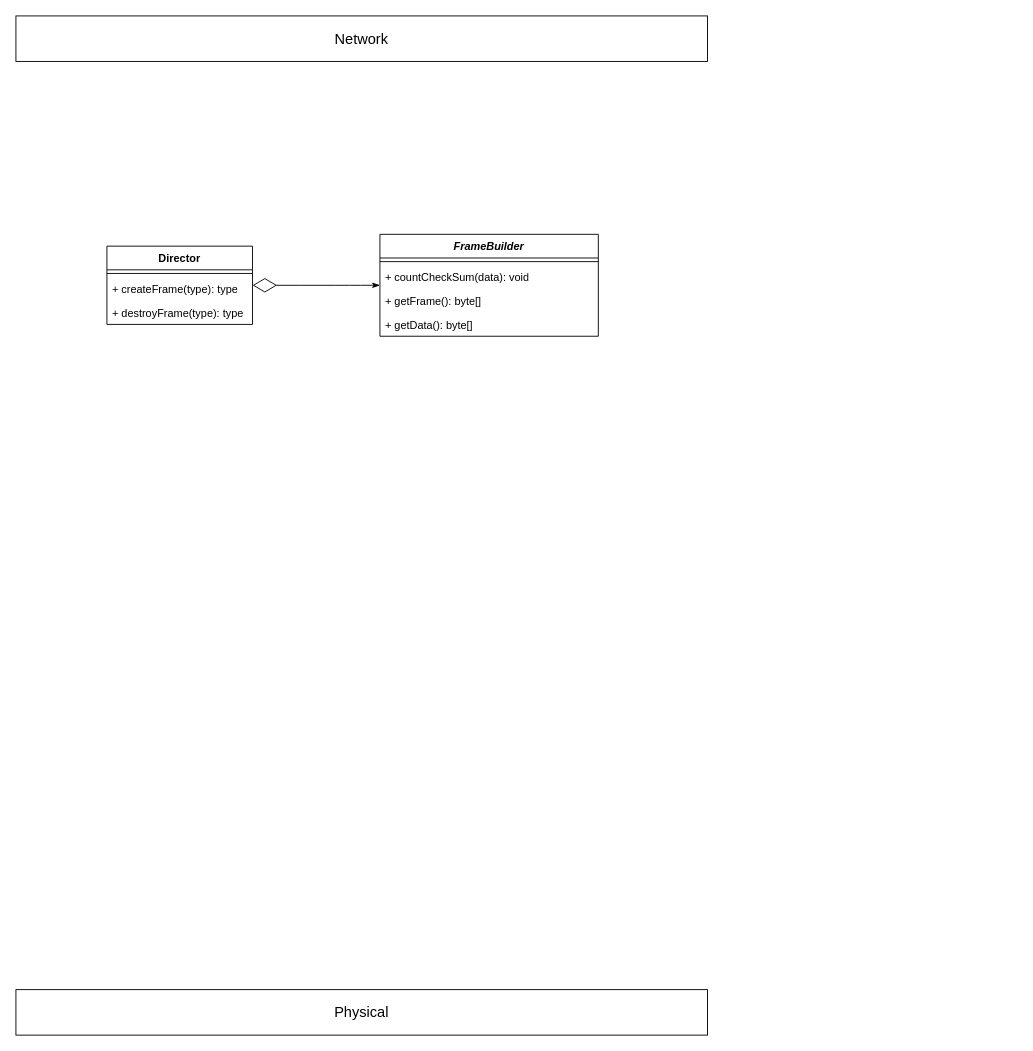
Above: page "general" (1 of 5) of channel_level_model.drawio in bleachbirch/nets (draw.io), before the change. Source tidied: cells renumbered, new cells numbered last; positions are measured from the earlier drawing's top-left corner, leaving out a move shared by most shapes. Both pictures are drawn from the tidied source at 91%, with x=0, y=0 at pixel (15, 15).
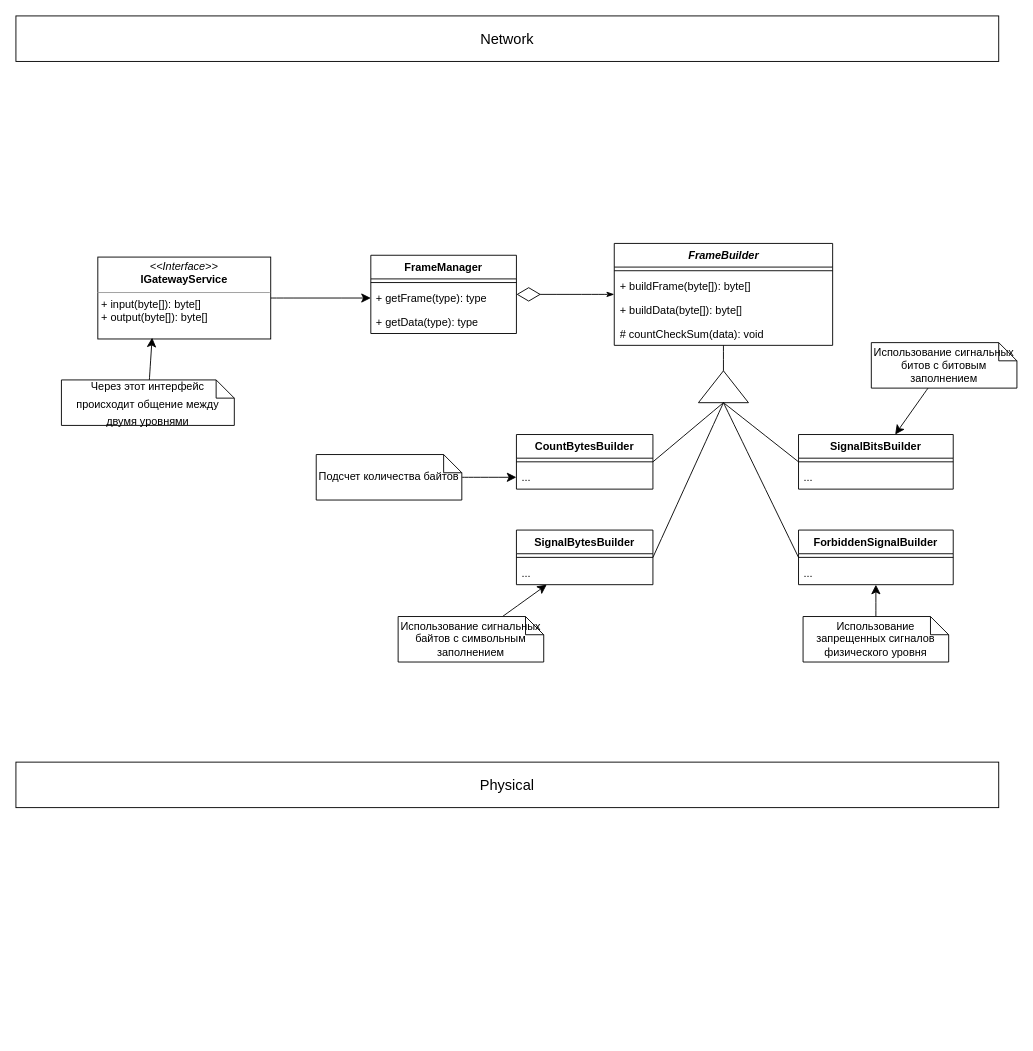
Above is the later version.

Change to the diagram source:
```diff
@@
     <mxCell id="2" value="Physical" style="html=1;whiteSpace=wrap;fontSize=16;" parent="1" vertex="1">
-      <mxGeometry y="1070" width="760" height="50" as="geometry" />
+      <mxGeometry y="820" width="1080" height="50" as="geometry" />
     </mxCell>
     <mxCell id="3" value="Network" style="html=1;whiteSpace=wrap;fontSize=16;" parent="1" vertex="1">
-      <mxGeometry width="760" height="50" as="geometry" />
+      <mxGeometry width="1080" height="50" as="geometry" />
     </mxCell>
     <mxCell id="4" value="&lt;i style=&quot;border-color: var(--border-color);&quot;&gt;FrameBuilder&lt;/i&gt;" style="swimlane;fontStyle=1;align=center;verticalAlign=top;horizontal=1;startSize=26;whiteSpace=wrap;html=1;fontSize=12;" parent="1" vertex="1">
-      <mxGeometry x="400" y="240" width="240" height="112" as="geometry" />
+      <mxGeometry x="657.5" y="250" width="240" height="112" as="geometry" />
     </mxCell>
@@
-    <mxCell id="6" value="+ countCheckSum(data): void" style="text;strokeColor=none;fillColor=none;align=left;verticalAlign=top;spacingLeft=4;spacingRight=4;overflow=hidden;whiteSpace=wrap;html=1;fontSize=12;" parent="4" vertex="1">
-      <mxGeometry y="34" width="240" height="26" as="geometry" />
-    </mxCell>
-    <mxCell id="7" value="+ getFrame(): byte[]" style="text;strokeColor=none;fillColor=none;align=left;verticalAlign=top;spacingLeft=4;spacingRight=4;overflow=hidden;whiteSpace=wrap;html=1;fontSize=12;" parent="4" vertex="1">
-      <mxGeometry y="60" width="240" height="26" as="geometry" />
+    <mxCell id="7" value="+ buildFrame(byte[]): byte[]" style="text;strokeColor=none;fillColor=none;align=left;verticalAlign=top;spacingLeft=4;spacingRight=4;overflow=hidden;whiteSpace=wrap;html=1;fontSize=12;" parent="4" vertex="1">
+      <mxGeometry y="34" width="240" height="26" as="geometry" />
     </mxCell>
-    <mxCell id="8" value="+ getData(): byte[]" style="text;strokeColor=none;fillColor=none;align=left;verticalAlign=top;spacingLeft=4;spacingRight=4;overflow=hidden;whiteSpace=wrap;html=1;fontSize=12;" parent="4" vertex="1">
-      <mxGeometry y="86" width="240" height="26" as="geometry" />
+    <mxCell id="8" value="+ buildData(byte[]): byte[]" style="text;strokeColor=none;fillColor=none;align=left;verticalAlign=top;spacingLeft=4;spacingRight=4;overflow=hidden;whiteSpace=wrap;html=1;fontSize=12;" parent="4" vertex="1">
+      <mxGeometry y="60" width="240" height="26" as="geometry" />
     </mxCell>
+    <mxCell id="6" value="# countCheckSum(data): void" style="text;strokeColor=none;fillColor=none;align=left;verticalAlign=top;spacingLeft=4;spacingRight=4;overflow=hidden;whiteSpace=wrap;html=1;fontSize=12;" parent="4" vertex="1">
+      <mxGeometry y="86" width="240" height="26" as="geometry" />
+    </mxCell>
-    <mxCell id="9" value="Director" style="swimlane;fontStyle=1;align=center;verticalAlign=top;horizontal=1;startSize=26;whiteSpace=wrap;html=1;fontSize=12;" parent="1" vertex="1">
-      <mxGeometry x="100" y="253" width="160" height="86" as="geometry" />
+    <mxCell id="9" value="FrameManager" style="swimlane;fontStyle=1;align=center;verticalAlign=top;horizontal=1;startSize=26;whiteSpace=wrap;html=1;fontSize=12;" parent="1" vertex="1">
+      <mxGeometry x="390" y="263" width="160" height="86" as="geometry" />
     </mxCell>
@@
-    <mxCell id="11" value="+ createFrame(type): type" style="text;strokeColor=none;fillColor=none;align=left;verticalAlign=top;spacingLeft=4;spacingRight=4;overflow=hidden;points=[[0,0.5],[1,0.5]];portConstraint=eastwest;whiteSpace=wrap;html=1;fontSize=12;" parent="9" vertex="1">
+    <mxCell id="11" value="+ getFrame(type): type" style="text;strokeColor=none;fillColor=none;align=left;verticalAlign=top;spacingLeft=4;spacingRight=4;overflow=hidden;points=[[0,0.5],[1,0.5]];portConstraint=eastwest;whiteSpace=wrap;html=1;fontSize=12;" parent="9" vertex="1">
       <mxGeometry y="34" width="160" height="26" as="geometry" />
     </mxCell>
-    <mxCell id="12" value="+ destroyFrame(type): type" style="text;strokeColor=none;fillColor=none;align=left;verticalAlign=top;spacingLeft=4;spacingRight=4;overflow=hidden;whiteSpace=wrap;html=1;fontSize=12;" parent="9" vertex="1">
+    <mxCell id="12" value="+ getData(type): type" style="text;strokeColor=none;fillColor=none;align=left;verticalAlign=top;spacingLeft=4;spacingRight=4;overflow=hidden;whiteSpace=wrap;html=1;fontSize=12;" parent="9" vertex="1">
       <mxGeometry y="60" width="160" height="26" as="geometry" />
     </mxCell>
@@
+    <mxCell id="14" value="CountBytesBuilder" style="swimlane;fontStyle=1;align=center;verticalAlign=top;horizontal=1;startSize=26;whiteSpace=wrap;html=1;fontSize=12;" parent="1" vertex="1">
+      <mxGeometry x="550" y="460" width="150" height="60" as="geometry" />
+    </mxCell>
+    <mxCell id="15" style="line;strokeWidth=1;fillColor=none;align=left;verticalAlign=middle;spacingTop=-1;spacingLeft=3;spacingRight=3;labelPosition=right;strokeColor=inherit;fontSize=16;" parent="14" vertex="1">
+      <mxGeometry y="26" width="150" height="8" as="geometry" />
+    </mxCell>
+    <mxCell id="16" value="..." style="text;strokeColor=none;fillColor=none;align=left;verticalAlign=top;spacingLeft=4;spacingRight=4;overflow=hidden;points=[[0,0.5],[1,0.5]];portConstraint=eastwest;whiteSpace=wrap;html=1;fontSize=12;" parent="14" vertex="1">
+      <mxGeometry y="34" width="150" height="26" as="geometry" />
+    </mxCell>
+    <mxCell id="17" value="SignalBytesBuilder" style="swimlane;fontStyle=1;align=center;verticalAlign=top;horizontal=1;startSize=26;whiteSpace=wrap;html=1;fontSize=12;" parent="1" vertex="1">
+      <mxGeometry x="550" y="565" width="150" height="60" as="geometry" />
+    </mxCell>
+    <mxCell id="18" style="line;strokeWidth=1;fillColor=none;align=left;verticalAlign=middle;spacingTop=-1;spacingLeft=3;spacingRight=3;labelPosition=right;strokeColor=inherit;fontSize=16;" parent="17" vertex="1">
+      <mxGeometry y="26" width="150" height="8" as="geometry" />
+    </mxCell>
+    <mxCell id="19" value="..." style="text;strokeColor=none;fillColor=none;align=left;verticalAlign=top;spacingLeft=4;spacingRight=4;overflow=hidden;whiteSpace=wrap;html=1;fontSize=12;" parent="17" vertex="1">
+      <mxGeometry y="34" width="150" height="26" as="geometry" />
+    </mxCell>
+    <mxCell id="20" value="SignalBitsBuilder" style="swimlane;fontStyle=1;align=center;verticalAlign=top;horizontal=1;startSize=26;whiteSpace=wrap;html=1;fontSize=12;" parent="1" vertex="1">
+      <mxGeometry x="860" y="460" width="170" height="60" as="geometry" />
+    </mxCell>
+    <mxCell id="21" style="line;strokeWidth=1;fillColor=none;align=left;verticalAlign=middle;spacingTop=-1;spacingLeft=3;spacingRight=3;labelPosition=right;strokeColor=inherit;fontSize=16;" parent="20" vertex="1">
+      <mxGeometry y="26" width="170" height="8" as="geometry" />
+    </mxCell>
+    <mxCell id="22" value="..." style="text;strokeColor=none;fillColor=none;align=left;verticalAlign=top;spacingLeft=4;spacingRight=4;overflow=hidden;whiteSpace=wrap;html=1;fontSize=12;" parent="20" vertex="1">
+      <mxGeometry y="34" width="170" height="26" as="geometry" />
+    </mxCell>
+    <mxCell id="23" value="ForbiddenSignalBuilder" style="swimlane;fontStyle=1;align=center;verticalAlign=top;horizontal=1;startSize=26;whiteSpace=wrap;html=1;fontSize=12;" parent="1" vertex="1">
+      <mxGeometry x="860" y="565" width="170" height="60" as="geometry" />
+    </mxCell>
+    <mxCell id="24" style="line;strokeWidth=1;fillColor=none;align=left;verticalAlign=middle;spacingTop=-1;spacingLeft=3;spacingRight=3;labelPosition=right;strokeColor=inherit;fontSize=16;" parent="23" vertex="1">
+      <mxGeometry y="26" width="170" height="8" as="geometry" />
+    </mxCell>
+    <mxCell id="25" value="..." style="text;strokeColor=none;fillColor=none;align=left;verticalAlign=top;spacingLeft=4;spacingRight=4;overflow=hidden;whiteSpace=wrap;html=1;fontSize=12;" parent="23" vertex="1">
+      <mxGeometry y="34" width="170" height="26" as="geometry" />
+    </mxCell>
+    <mxCell id="26" style="triangle;whiteSpace=wrap;html=1;fontSize=16;direction=west;rotation=90;" parent="1" vertex="1">
+      <mxGeometry x="760" y="380" width="35" height="55" as="geometry" />
+    </mxCell>
+    <mxCell id="27" style="endArrow=none;html=1;rounded=0;fontSize=12;startSize=8;endSize=8;curved=1;entryX=1;entryY=0.5;entryDx=0;entryDy=0;exitX=0;exitY=0.5;exitDx=0;exitDy=0;" parent="1" edge="1" source="26" target="14">
+      <mxGeometry relative="1" as="geometry" />
+    </mxCell>
+    <mxCell id="28" style="endArrow=none;html=1;rounded=0;fontSize=12;startSize=8;endSize=8;curved=1;exitX=0;exitY=0.5;exitDx=0;exitDy=0;entryX=1;entryY=0.5;entryDx=0;entryDy=0;" parent="1" edge="1" source="26" target="17">
+      <mxGeometry relative="1" as="geometry" />
+    </mxCell>
+    <mxCell id="29" style="endArrow=none;html=1;rounded=0;fontSize=12;startSize=8;endSize=8;curved=1;exitX=0;exitY=0.5;exitDx=0;exitDy=0;entryX=0;entryY=0.5;entryDx=0;entryDy=0;" parent="1" edge="1" source="26" target="23">
+      <mxGeometry relative="1" as="geometry" />
+    </mxCell>
+    <mxCell id="30" style="endArrow=none;html=1;rounded=0;fontSize=12;startSize=8;endSize=8;curved=1;exitX=0;exitY=0.5;exitDx=0;exitDy=0;entryX=0;entryY=0.5;entryDx=0;entryDy=0;" parent="1" edge="1" source="26" target="20">
+      <mxGeometry relative="1" as="geometry" />
+    </mxCell>
+    <mxCell id="31" style="endArrow=none;html=1;rounded=0;fontSize=12;startSize=8;endSize=8;curved=1;entryX=1;entryY=0.5;entryDx=0;entryDy=0;" parent="1" edge="1" source="4" target="26">
+      <mxGeometry relative="1" as="geometry" />
+    </mxCell>
+    <mxCell id="32" style="edgeStyle=none;curved=1;rounded=0;jettySize=auto;html=1;fontSize=12;startSize=8;endSize=8;entryX=0;entryY=0.5;entryDx=0;entryDy=0;" parent="1" edge="1" source="33" target="11">
+      <mxGeometry relative="1" as="geometry" />
+    </mxCell>
+    <mxCell id="33" value="&lt;p style=&quot;margin:0px;margin-top:4px;text-align:center;&quot;&gt;&lt;i&gt;&amp;lt;&amp;lt;Interface&amp;gt;&amp;gt;&lt;/i&gt;&lt;br&gt;&lt;b&gt;IGatewayService&lt;/b&gt;&lt;/p&gt;&lt;hr size=&quot;1&quot;&gt;&lt;p style=&quot;margin:0px;margin-left:4px;&quot;&gt;+ input(byte[]): byte[]&lt;br&gt;+ output(byte[]): byte[]&lt;/p&gt;" style="verticalAlign=top;align=left;overflow=fill;fontSize=12;fontFamily=Helvetica;html=1;whiteSpace=wrap;" parent="1" vertex="1">
+      <mxGeometry x="90" y="265" width="190" height="90" as="geometry" />
+    </mxCell>
+    <mxCell id="34" style="edgeStyle=none;curved=1;rounded=0;jettySize=auto;html=1;entryX=0.314;entryY=0.984;entryDx=0;entryDy=0;entryPerimeter=0;fontSize=12;startSize=8;endSize=8;" parent="1" edge="1" source="35" target="33">
+      <mxGeometry relative="1" as="geometry" />
+    </mxCell>
+    <mxCell id="35" value="&lt;font style=&quot;font-size: 12px;&quot;&gt;Через этот интерфейс происходит общение между двумя уровнями&lt;/font&gt;" style="shape=note;size=20;whiteSpace=wrap;html=1;fontSize=16;" parent="1" vertex="1">
+      <mxGeometry x="50" y="400" width="190" height="50" as="geometry" />
+    </mxCell>
+    <mxCell id="36" style="edgeStyle=none;curved=1;rounded=0;jettySize=auto;html=1;fontSize=12;startSize=8;endSize=8;" parent="1" edge="1" source="37" target="16">
+      <mxGeometry relative="1" as="geometry" />
+    </mxCell>
+    <mxCell id="37" value="Подсчет количества байтов" style="shape=note;size=20;whiteSpace=wrap;html=1;fontSize=12;" parent="1" vertex="1">
+      <mxGeometry x="330" y="482" width="160" height="50" as="geometry" />
+    </mxCell>
+    <mxCell id="38" style="edgeStyle=none;curved=1;rounded=0;jettySize=auto;html=1;fontSize=12;startSize=8;endSize=8;" parent="1" edge="1" source="39" target="17">
+      <mxGeometry relative="1" as="geometry" />
+    </mxCell>
+    <mxCell id="39" value="Использование сигнальных байтов с символьным заполнением" style="shape=note;size=20;whiteSpace=wrap;html=1;fontSize=12;" parent="1" vertex="1">
+      <mxGeometry x="420" y="660" width="160" height="50" as="geometry" />
+    </mxCell>
+    <mxCell id="40" style="edgeStyle=none;curved=1;rounded=0;jettySize=auto;html=1;fontSize=12;startSize=8;endSize=8;" parent="1" edge="1" source="41" target="20">
+      <mxGeometry relative="1" as="geometry" />
+    </mxCell>
+    <mxCell id="41" value="Использование сигнальных битов с битовым заполнением" style="shape=note;size=20;whiteSpace=wrap;html=1;fontSize=12;" parent="1" vertex="1">
+      <mxGeometry x="940" y="359" width="160" height="50" as="geometry" />
+    </mxCell>
+    <mxCell id="42" style="edgeStyle=none;curved=1;rounded=0;jettySize=auto;html=1;fontSize=12;startSize=8;endSize=8;" parent="1" edge="1" source="43" target="23">
+      <mxGeometry relative="1" as="geometry" />
+    </mxCell>
+    <mxCell id="43" value="Использование запрещенных сигналов физического уровня" style="shape=note;size=20;whiteSpace=wrap;html=1;fontSize=12;" parent="1" vertex="1">
+      <mxGeometry x="865" y="660" width="160" height="50" as="geometry" />
+    </mxCell>
```
